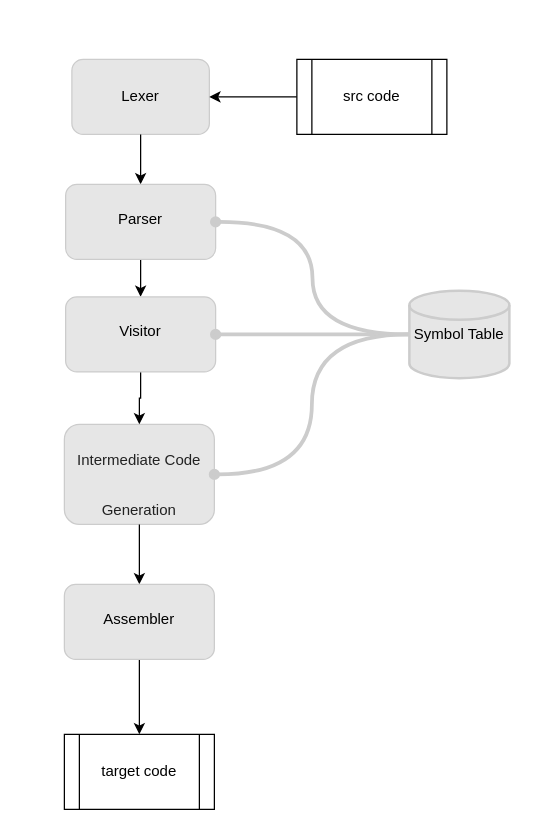
Before: Module_Chart.drawio in yahelkev/compiler-project, a draw.io diagram. Source tidied: cells renumbered, new cells numbered last; positions are measured from the earlier drawing's top-left corner, leaving out a move shared by most shapes. Both pictures are drawn from the tidied source at 125%, with x=0, y=0 at pixel (64, 59).
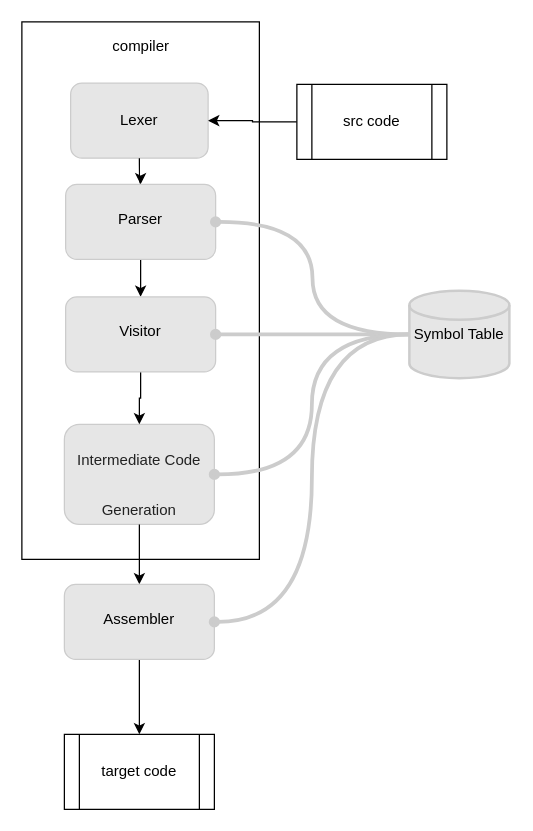
The same diagram, later.

The change refers to these unchanged cells:
```xml
<mxCell id="8" value="Symbol Table" style="strokeWidth=2;html=1;shape=mxgraph.flowchart.database;whiteSpace=wrap;rounded=1;shadow=0;glass=0;sketch=0;fillColor=#E6E6E6;strokeColor=#CCCCCC;" parent="1" vertex="1">
  <mxGeometry x="276" y="185" width="80" height="70" as="geometry" />
</mxCell>
<mxCell id="10" value="&lt;br&gt;Assembler" style="whiteSpace=wrap;html=1;verticalAlign=top;strokeColor=#CCCCCC;fillColor=#E6E6E6;rounded=1;glass=0;shadow=0;sketch=0;" parent="1" vertex="1">
  <mxGeometry y="420" width="120" height="60" as="geometry" />
</mxCell>
```

Change to the diagram source:
```diff
@@
+    <mxCell id="19" style="rounded=0;whiteSpace=wrap;html=1;" parent="1" vertex="1">
+      <mxGeometry x="-34" y="-30" width="190" height="430" as="geometry" />
+    </mxCell>
     <mxCell id="2" value="Lexer" style="rounded=1;whiteSpace=wrap;html=1;fillColor=#E6E6E6;strokeColor=#CCCCCC;" parent="1" vertex="1">
-      <mxGeometry x="6" width="110" height="60" as="geometry" />
+      <mxGeometry x="5" y="19" width="110" height="60" as="geometry" />
     </mxCell>
@@
     <mxCell id="17" value="src code" style="shape=process;whiteSpace=wrap;html=1;backgroundOutline=1;" parent="1" vertex="1">
-      <mxGeometry x="186" width="120" height="60" as="geometry" />
+      <mxGeometry x="186" y="20" width="120" height="60" as="geometry" />
     </mxCell>
@@
+    <mxCell id="20" style="edgeStyle=orthogonalEdgeStyle;rounded=0;jettySize=auto;html=1;fillColor=#E6E6E6;strokeColor=#CCCCCC;curved=1;strokeWidth=3;endArrow=oval;endFill=1;exitX=0;exitY=0.5;exitDx=0;exitDy=0;exitPerimeter=0;entryX=1;entryY=0.5;entryDx=0;entryDy=0;" parent="1" edge="1" source="8" target="10">
+      <mxGeometry relative="1" as="geometry" />
+    </mxCell>
+    <mxCell id="21" value="compiler" style="text;html=1;align=center;verticalAlign=middle;strokeColor=none;fillColor=none;" parent="1" vertex="1">
+      <mxGeometry x="31" y="-20" width="60" height="20" as="geometry" />
+    </mxCell>
```
